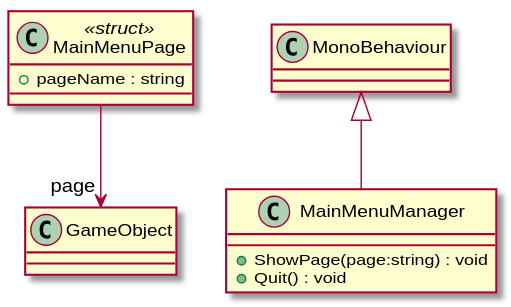
David-Denny/COMP3013-Team7 keeps this PlantUML diagram as UML/Menus/MainMenuManager.svg. Above is the earlier version.
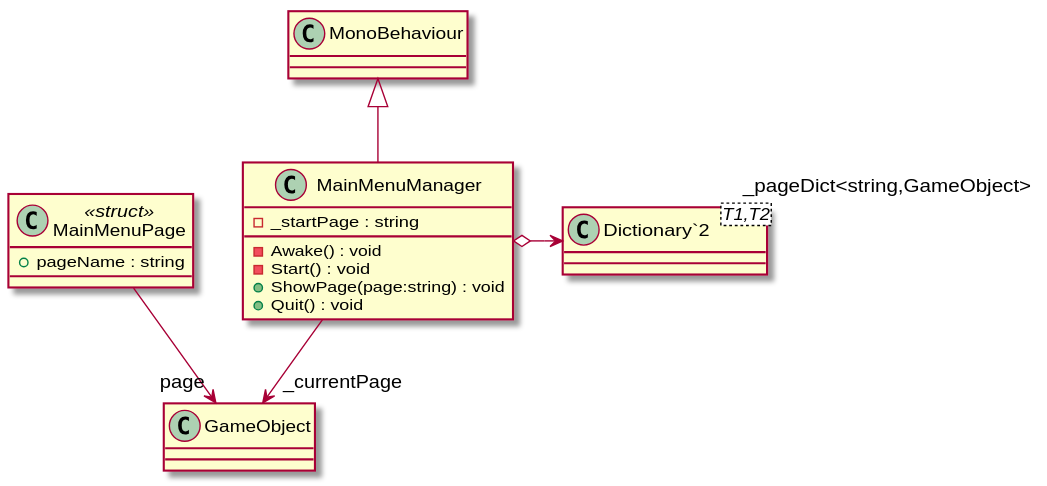
The same diagram one commit later.

What changed in the source:
```diff
@@ -3,9 +3,16 @@
     + pageName : string
 }
 class MainMenuManager {
+    - _startPage : string
+    - Awake() : void
+    - Start() : void
     + ShowPage(page:string) : void
     + Quit() : void
 }
+class "Dictionary`2"<T1,T2> {
+}
 MainMenuPage --> "page" GameObject
 MonoBehaviour <|-- MainMenuManager
+MainMenuManager o-> "_pageDict<string,GameObject>" "Dictionary`2"
+MainMenuManager --> "_currentPage" GameObject
 @enduml
```
